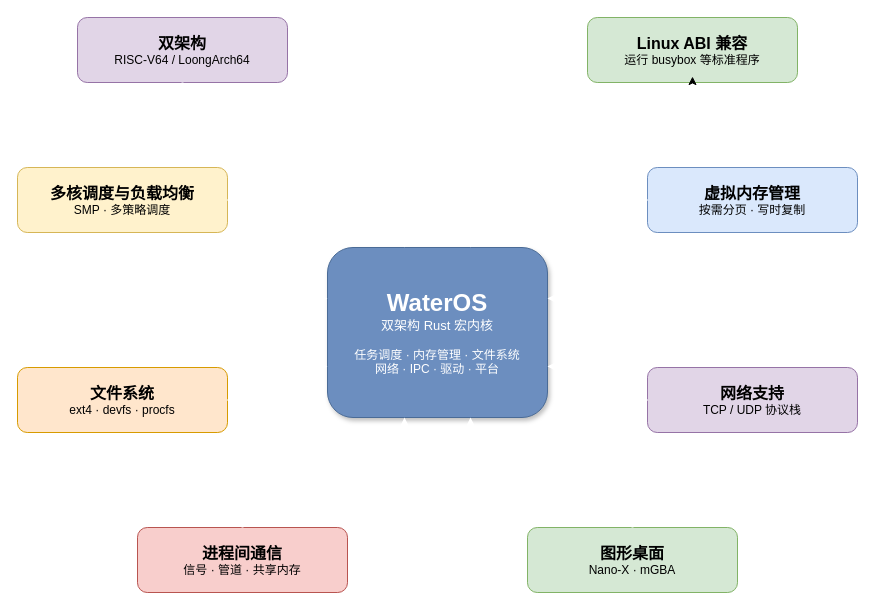
Before: docs/drawio/wateros-capabilities.drawio in zhitian111/WaterOS, a draw.io diagram. Source tidied: cells renumbered, new cells numbered last; positions are measured from the earlier drawing's top-left corner, leaving out a move shared by most shapes. Both pictures are drawn from the tidied source at 100%, with x=0, y=0 at pixel (17, 17).
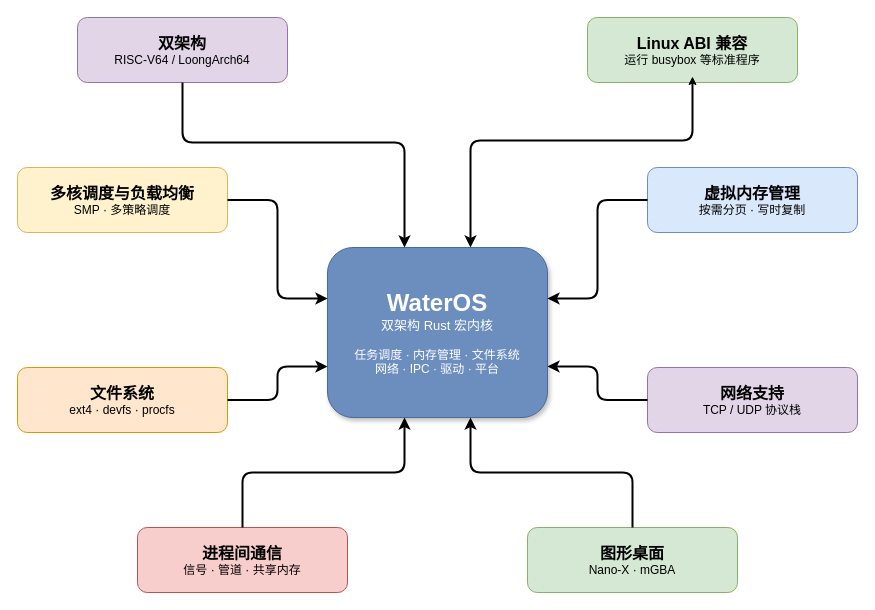
Above is the later version.

The change refers to these unchanged cells:
```xml
<mxCell id="2" value="&lt;font style=&quot;font-size: 24px;&quot; color=&quot;#ffffff&quot;&gt;&lt;b&gt;WaterOS&lt;/b&gt;&lt;/font&gt;&lt;br&gt;&lt;font style=&quot;font-size: 13px;&quot; color=&quot;#ffffff&quot;&gt;双架构 Rust 宏内核&lt;/font&gt;&lt;br&gt;&lt;br&gt;&lt;font style=&quot;font-size: 12px;&quot; color=&quot;#ffffff&quot;&gt;任务调度 · 内存管理 · 文件系统&lt;br&gt;网络 · IPC · 驱动 · 平台&lt;/font&gt;" style="rounded=1;whiteSpace=wrap;html=1;fillColor=#6c8ebf;strokeColor=#4a6b96;fontColor=#ffffff;shadow=1;" parent="1" vertex="1">
  <mxGeometry x="310" y="230" width="220" height="170" as="geometry" />
</mxCell>
<mxCell id="3" value="&lt;font style=&quot;font-size: 16px;&quot;&gt;&lt;b&gt;双架构&lt;/b&gt;&lt;/font&gt;&lt;br&gt;&lt;font style=&quot;font-size: 12px;&quot;&gt;RISC-V64 / LoongArch64&lt;/font&gt;" style="rounded=1;whiteSpace=wrap;html=1;fillColor=#e1d5e7;strokeColor=#9673a6;" parent="1" vertex="1">
  <mxGeometry x="60" width="210" height="65" as="geometry" />
</mxCell>
<mxCell id="4" value="&lt;font style=&quot;font-size: 16px;&quot;&gt;&lt;b&gt;Linux ABI 兼容&lt;/b&gt;&lt;/font&gt;&lt;br&gt;&lt;font style=&quot;font-size: 12px;&quot;&gt;运行 busybox 等标准程序&lt;/font&gt;" style="rounded=1;whiteSpace=wrap;html=1;fillColor=#d5e8d4;strokeColor=#82b366;" parent="1" vertex="1">
  <mxGeometry x="570" width="210" height="65" as="geometry" />
</mxCell>
<mxCell id="5" value="&lt;font style=&quot;font-size: 16px;&quot;&gt;&lt;b&gt;多核调度与负载均衡&lt;/b&gt;&lt;/font&gt;&lt;br&gt;&lt;font style=&quot;font-size: 12px;&quot;&gt;SMP · 多策略调度&lt;/font&gt;" style="rounded=1;whiteSpace=wrap;html=1;fillColor=#fff2cc;strokeColor=#d6b656;" parent="1" vertex="1">
  <mxGeometry y="150" width="210" height="65" as="geometry" />
</mxCell>
<mxCell id="6" value="&lt;font style=&quot;font-size: 16px;&quot;&gt;&lt;b&gt;文件系统&lt;/b&gt;&lt;/font&gt;&lt;br&gt;&lt;font style=&quot;font-size: 12px;&quot;&gt;ext4 · devfs · procfs&lt;/font&gt;" style="rounded=1;whiteSpace=wrap;html=1;fillColor=#ffe6cc;strokeColor=#d79b00;" parent="1" vertex="1">
  <mxGeometry y="350" width="210" height="65" as="geometry" />
</mxCell>
<mxCell id="7" value="&lt;font style=&quot;font-size: 16px;&quot;&gt;&lt;b&gt;虚拟内存管理&lt;/b&gt;&lt;/font&gt;&lt;br&gt;&lt;font style=&quot;font-size: 12px;&quot;&gt;按需分页 · 写时复制&lt;/font&gt;" style="rounded=1;whiteSpace=wrap;html=1;fillColor=#dae8fc;strokeColor=#6c8ebf;" parent="1" vertex="1">
  <mxGeometry x="630" y="150" width="210" height="65" as="geometry" />
</mxCell>
<mxCell id="8" value="&lt;font style=&quot;font-size: 16px;&quot;&gt;&lt;b&gt;网络支持&lt;/b&gt;&lt;/font&gt;&lt;br&gt;&lt;font style=&quot;font-size: 12px;&quot;&gt;TCP / UDP 协议栈&lt;/font&gt;" style="rounded=1;whiteSpace=wrap;html=1;fillColor=#e1d5e7;strokeColor=#9673a6;" parent="1" vertex="1">
  <mxGeometry x="630" y="350" width="210" height="65" as="geometry" />
</mxCell>
<mxCell id="9" value="&lt;font style=&quot;font-size: 16px;&quot;&gt;&lt;b&gt;进程间通信&lt;/b&gt;&lt;/font&gt;&lt;br&gt;&lt;font style=&quot;font-size: 12px;&quot;&gt;信号 · 管道 · 共享内存&lt;/font&gt;" style="rounded=1;whiteSpace=wrap;html=1;fillColor=#f8cecc;strokeColor=#b85450;" parent="1" vertex="1">
  <mxGeometry x="120" y="510" width="210" height="65" as="geometry" />
</mxCell>
<mxCell id="10" value="&lt;font style=&quot;font-size: 16px;&quot;&gt;&lt;b&gt;图形桌面&lt;/b&gt;&lt;/font&gt;&lt;br&gt;&lt;font style=&quot;font-size: 12px;&quot;&gt;Nano-X · mGBA&lt;/font&gt;" style="rounded=1;whiteSpace=wrap;html=1;fillColor=#d5e8d4;strokeColor=#82b366;" parent="1" vertex="1">
  <mxGeometry x="510" y="510" width="210" height="65" as="geometry" />
</mxCell>
```

Diff of the diagram source:
```diff
@@
-<mxGraphModel>
+<mxGraphModel background="light-dark(#FFFFFF,#121212)">
@@
-    <mxCell id="11" style="edgeStyle=orthogonalEdgeStyle;rounded=1;jettySize=auto;html=1;endArrow=classic;exitX=0.5;exitY=1;entryX=0.35;entryY=0;strokeColor=light-dark(#ffffff, #ededed);strokeWidth=2;align=center;verticalAlign=middle;fontFamily=Helvetica;fontSize=11;fontColor=default;labelBackgroundColor=default;" parent="1" edge="1" source="3" target="2">
+    <mxCell id="11" style="edgeStyle=orthogonalEdgeStyle;rounded=1;jettySize=auto;html=1;endArrow=classic;exitX=0.5;exitY=1;entryX=0.35;entryY=0;strokeColor=light-dark(#000000, #121212);strokeWidth=2;align=center;verticalAlign=middle;fontFamily=Helvetica;fontSize=11;fontColor=default;labelBackgroundColor=default;" parent="1" edge="1" source="3" target="2">
       <mxGeometry relative="1" as="geometry">
         <Array as="points">
           <mxPoint x="165" y="125" />
           <mxPoint x="387" y="125" />
         </Array>
       </mxGeometry>
     </mxCell>
-    <mxCell id="12" style="edgeStyle=orthogonalEdgeStyle;rounded=1;jettySize=auto;html=1;endArrow=classic;exitX=0.5;exitY=1;entryX=0.65;entryY=0;strokeWidth=2;strokeColor=#FFFFFF;" parent="1" edge="1" source="4" target="2">
+    <mxCell id="12" style="edgeStyle=orthogonalEdgeStyle;rounded=1;jettySize=auto;html=1;endArrow=classic;exitX=0.5;exitY=1;entryX=0.65;entryY=0;strokeWidth=2;strokeColor=light-dark(#000000, #121212);" parent="1" edge="1" source="4" target="2">
       <mxGeometry relative="1" as="geometry">
         <Array as="points">
           <mxPoint x="675" y="123" />
           <mxPoint x="453" y="123" />
         </Array>
       </mxGeometry>
     </mxCell>
-    <mxCell id="13" style="edgeStyle=orthogonalEdgeStyle;rounded=1;jettySize=auto;html=1;endArrow=classic;exitX=1;exitY=0.5;entryX=0;entryY=0.3;strokeColor=#FFFFFF;strokeWidth=2;align=center;verticalAlign=middle;fontFamily=Helvetica;fontSize=11;fontColor=default;labelBackgroundColor=default;" parent="1" edge="1" source="5" target="2">
+    <mxCell id="13" style="edgeStyle=orthogonalEdgeStyle;rounded=1;jettySize=auto;html=1;endArrow=classic;exitX=1;exitY=0.5;entryX=0;entryY=0.3;strokeColor=light-dark(#000000, #121212);strokeWidth=2;align=center;verticalAlign=middle;fontFamily=Helvetica;fontSize=11;fontColor=default;labelBackgroundColor=default;" parent="1" edge="1" source="5" target="2">
       <mxGeometry relative="1" as="geometry" />
     </mxCell>
-    <mxCell id="14" style="edgeStyle=orthogonalEdgeStyle;rounded=1;jettySize=auto;html=1;endArrow=classic;exitX=1;exitY=0.5;entryX=0;entryY=0.7;strokeColor=#FFFFFF;strokeWidth=2;align=center;verticalAlign=middle;fontFamily=Helvetica;fontSize=11;fontColor=default;labelBackgroundColor=default;" parent="1" edge="1" source="6" target="2">
+    <mxCell id="14" style="edgeStyle=orthogonalEdgeStyle;rounded=1;jettySize=auto;html=1;endArrow=classic;exitX=1;exitY=0.5;entryX=0;entryY=0.7;strokeColor=light-dark(#000000, #121212);strokeWidth=2;align=center;verticalAlign=middle;fontFamily=Helvetica;fontSize=11;fontColor=default;labelBackgroundColor=default;" parent="1" edge="1" source="6" target="2">
       <mxGeometry relative="1" as="geometry" />
     </mxCell>
-    <mxCell id="15" style="edgeStyle=orthogonalEdgeStyle;rounded=1;jettySize=auto;html=1;endArrow=classic;exitX=0;exitY=0.5;entryX=1;entryY=0.3;strokeColor=#FFFFFF;strokeWidth=2;align=center;verticalAlign=middle;fontFamily=Helvetica;fontSize=11;fontColor=default;labelBackgroundColor=default;" parent="1" edge="1" source="7" target="2">
+    <mxCell id="15" style="edgeStyle=orthogonalEdgeStyle;rounded=1;jettySize=auto;html=1;endArrow=classic;exitX=0;exitY=0.5;entryX=1;entryY=0.3;strokeColor=light-dark(#000000, #121212);strokeWidth=2;align=center;verticalAlign=middle;fontFamily=Helvetica;fontSize=11;fontColor=default;labelBackgroundColor=default;" parent="1" edge="1" source="7" target="2">
       <mxGeometry relative="1" as="geometry" />
     </mxCell>
-    <mxCell id="16" style="edgeStyle=orthogonalEdgeStyle;rounded=1;jettySize=auto;html=1;endArrow=classic;exitX=0;exitY=0.5;entryX=1;entryY=0.7;strokeColor=#FFFFFF;strokeWidth=2;align=center;verticalAlign=middle;fontFamily=Helvetica;fontSize=11;fontColor=default;labelBackgroundColor=default;" parent="1" edge="1" source="8" target="2">
+    <mxCell id="16" style="edgeStyle=orthogonalEdgeStyle;rounded=1;jettySize=auto;html=1;endArrow=classic;exitX=0;exitY=0.5;entryX=1;entryY=0.7;strokeColor=light-dark(#000000, #121212);strokeWidth=2;align=center;verticalAlign=middle;fontFamily=Helvetica;fontSize=11;fontColor=default;labelBackgroundColor=default;" parent="1" edge="1" source="8" target="2">
       <mxGeometry relative="1" as="geometry" />
     </mxCell>
-    <mxCell id="17" style="edgeStyle=orthogonalEdgeStyle;rounded=1;jettySize=auto;html=1;endArrow=classic;exitX=0.5;exitY=0;entryX=0.35;entryY=1;strokeColor=#FFFFFF;strokeWidth=2;align=center;verticalAlign=middle;fontFamily=Helvetica;fontSize=11;fontColor=default;labelBackgroundColor=default;" parent="1" edge="1" source="9" target="2">
+    <mxCell id="17" style="edgeStyle=orthogonalEdgeStyle;rounded=1;jettySize=auto;html=1;endArrow=classic;exitX=0.5;exitY=0;entryX=0.35;entryY=1;strokeColor=light-dark(#000000, #121212);strokeWidth=2;align=center;verticalAlign=middle;fontFamily=Helvetica;fontSize=11;fontColor=default;labelBackgroundColor=default;" parent="1" edge="1" source="9" target="2">
       <mxGeometry relative="1" as="geometry" />
     </mxCell>
-    <mxCell id="18" style="edgeStyle=orthogonalEdgeStyle;rounded=1;jettySize=auto;html=1;endArrow=classic;exitX=0.5;exitY=0;entryX=0.65;entryY=1;strokeColor=#FFFFFF;strokeWidth=2;align=center;verticalAlign=middle;fontFamily=Helvetica;fontSize=11;fontColor=default;labelBackgroundColor=default;" parent="1" edge="1" source="10" target="2">
+    <mxCell id="18" style="edgeStyle=orthogonalEdgeStyle;rounded=1;jettySize=auto;html=1;endArrow=classic;exitX=0.5;exitY=0;entryX=0.65;entryY=1;strokeColor=light-dark(#000000, #121212);strokeWidth=2;align=center;verticalAlign=middle;fontFamily=Helvetica;fontSize=11;fontColor=default;labelBackgroundColor=default;" parent="1" edge="1" source="10" target="2">
       <mxGeometry relative="1" as="geometry" />
     </mxCell>
```
